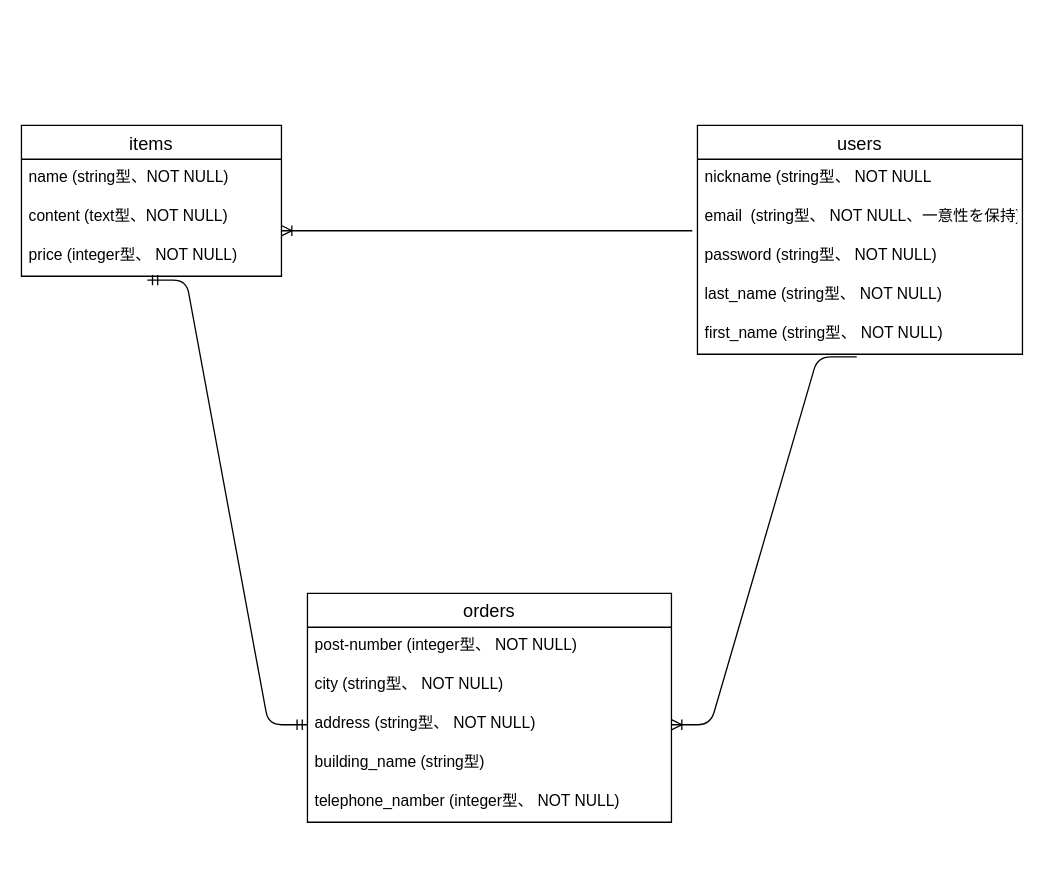
Before: furima.dio in yuto1108/furima-37946, a draw.io diagram. Source tidied: cells renumbered, new cells numbered last; positions are measured from the earlier drawing's top-left corner, leaving out a move shared by most shapes. Both pictures are drawn from the tidied source at 130%, with x=0, y=0 at pixel (21, 125).
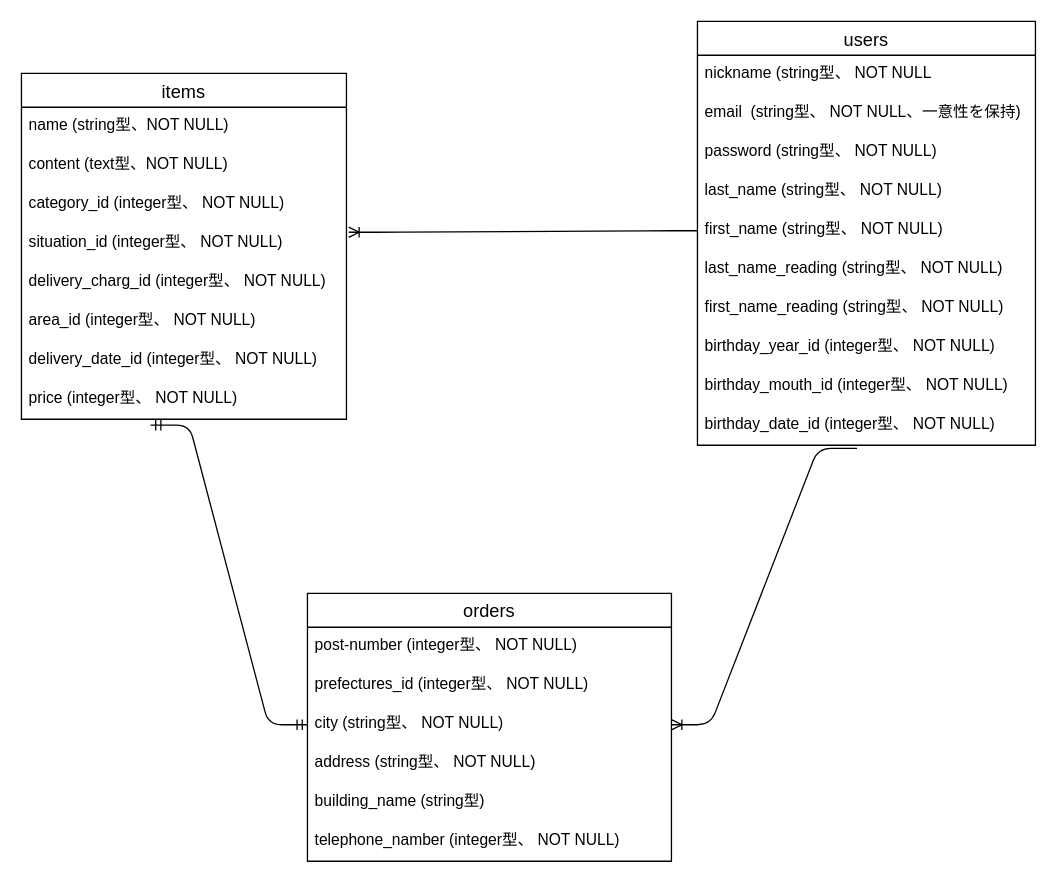
The same diagram, later.

Commit message (it also covers changes not shown here):
データーベース設計、直し１回目

Diff of the diagram source:
```diff
@@
     <mxCell id="2" value="items" style="swimlane;fontStyle=0;horizontal=1;startSize=26;align=center;fontSize=14;" parent="1" vertex="1">
-      <mxGeometry width="200" height="116" as="geometry" />
+      <mxGeometry y="-40" width="250" height="266" as="geometry" />
     </mxCell>
     <mxCell id="3" value="name (string型、NOT NULL)" style="text;strokeColor=none;fillColor=none;spacingLeft=4;spacingRight=4;overflow=hidden;fontSize=12;" parent="2" vertex="1">
-      <mxGeometry y="26" width="200" height="30" as="geometry" />
+      <mxGeometry y="26" width="250" height="30" as="geometry" />
     </mxCell>
     <mxCell id="4" value="content (text型、NOT NULL)" style="text;strokeColor=none;fillColor=none;spacingLeft=4;spacingRight=4;overflow=hidden;points=[[0,0.5],[1,0.5]];portConstraint=eastwest;fontSize=12;" parent="2" vertex="1">
-      <mxGeometry y="56" width="200" height="30" as="geometry" />
+      <mxGeometry y="56" width="250" height="30" as="geometry" />
     </mxCell>
+    <mxCell id="21" value="category_id (integer型、 NOT NULL)" style="text;strokeColor=none;fillColor=none;spacingLeft=4;spacingRight=4;overflow=hidden;fontSize=12;" parent="2" vertex="1">
+      <mxGeometry y="86" width="250" height="30" as="geometry" />
+    </mxCell>
+    <mxCell id="22" value="situation_id (integer型、 NOT NULL)" style="text;strokeColor=none;fillColor=none;spacingLeft=4;spacingRight=4;overflow=hidden;points=[[0,0.5],[1,0.5]];portConstraint=eastwest;fontSize=12;" parent="2" vertex="1">
+      <mxGeometry y="116" width="250" height="30" as="geometry" />
+    </mxCell>
+    <mxCell id="23" value="delivery_charg_id (integer型、 NOT NULL)" style="text;strokeColor=none;fillColor=none;spacingLeft=4;spacingRight=4;overflow=hidden;fontSize=12;" parent="2" vertex="1">
+      <mxGeometry y="146" width="250" height="30" as="geometry" />
+    </mxCell>
+    <mxCell id="24" value="area_id (integer型、 NOT NULL)" style="text;strokeColor=none;fillColor=none;spacingLeft=4;spacingRight=4;overflow=hidden;fontSize=12;" parent="2" vertex="1">
+      <mxGeometry y="176" width="250" height="30" as="geometry" />
+    </mxCell>
+    <mxCell id="25" value="delivery_date_id (integer型、 NOT NULL)" style="text;strokeColor=none;fillColor=none;spacingLeft=4;spacingRight=4;overflow=hidden;fontSize=12;" parent="2" vertex="1">
+      <mxGeometry y="206" width="250" height="30" as="geometry" />
+    </mxCell>
     <mxCell id="5" value="price (integer型、 NOT NULL)" style="text;strokeColor=none;fillColor=none;spacingLeft=4;spacingRight=4;overflow=hidden;points=[[0,0.5],[1,0.5]];portConstraint=eastwest;fontSize=12;" parent="2" vertex="1">
-      <mxGeometry y="86" width="200" height="30" as="geometry" />
+      <mxGeometry y="236" width="250" height="30" as="geometry" />
     </mxCell>
     <mxCell id="6" value="users" style="swimlane;fontStyle=0;horizontal=1;startSize=26;align=center;fontSize=14;" parent="1" vertex="1">
-      <mxGeometry x="520" width="250" height="176" as="geometry" />
+      <mxGeometry x="520" y="-80" width="260" height="326" as="geometry" />
     </mxCell>
     <mxCell id="7" value="nickname (string型、 NOT NULL" style="text;strokeColor=none;fillColor=none;spacingLeft=4;spacingRight=4;overflow=hidden;fontSize=12;" parent="6" vertex="1">
-      <mxGeometry y="26" width="250" height="30" as="geometry" />
+      <mxGeometry y="26" width="260" height="30" as="geometry" />
     </mxCell>
     <mxCell id="8" value="email  (string型、 NOT NULL、一意性を保持)" style="text;strokeColor=none;fillColor=none;spacingLeft=4;spacingRight=4;overflow=hidden;points=[[0,0.5],[1,0.5]];portConstraint=eastwest;fontSize=12;" parent="6" vertex="1">
-      <mxGeometry y="56" width="250" height="30" as="geometry" />
+      <mxGeometry y="56" width="260" height="30" as="geometry" />
     </mxCell>
     <mxCell id="9" value="password (string型、 NOT NULL)" style="text;strokeColor=none;fillColor=none;spacingLeft=4;spacingRight=4;overflow=hidden;fontSize=12;" parent="6" vertex="1">
-      <mxGeometry y="86" width="250" height="30" as="geometry" />
+      <mxGeometry y="86" width="260" height="30" as="geometry" />
     </mxCell>
     <mxCell id="10" value="last_name (string型、 NOT NULL)" style="text;strokeColor=none;fillColor=none;spacingLeft=4;spacingRight=4;overflow=hidden;fontSize=12;" parent="6" vertex="1">
-      <mxGeometry y="116" width="250" height="30" as="geometry" />
+      <mxGeometry y="116" width="260" height="30" as="geometry" />
     </mxCell>
     <mxCell id="11" value="first_name (string型、 NOT NULL)" style="text;strokeColor=none;fillColor=none;spacingLeft=4;spacingRight=4;overflow=hidden;points=[[0,0.5],[1,0.5]];portConstraint=eastwest;fontSize=12;" parent="6" vertex="1">
-      <mxGeometry y="146" width="250" height="30" as="geometry" />
+      <mxGeometry y="146" width="260" height="30" as="geometry" />
     </mxCell>
+    <mxCell id="26" value="last_name_reading (string型、 NOT NULL)" style="text;strokeColor=none;fillColor=none;spacingLeft=4;spacingRight=4;overflow=hidden;fontSize=12;" parent="6" vertex="1">
+      <mxGeometry y="176" width="260" height="30" as="geometry" />
+    </mxCell>
+    <mxCell id="27" value="first_name_reading (string型、 NOT NULL)" style="text;strokeColor=none;fillColor=none;spacingLeft=4;spacingRight=4;overflow=hidden;fontSize=12;" parent="6" vertex="1">
+      <mxGeometry y="206" width="260" height="30" as="geometry" />
+    </mxCell>
+    <mxCell id="28" value="birthday_year_id (integer型、 NOT NULL)" style="text;strokeColor=none;fillColor=none;spacingLeft=4;spacingRight=4;overflow=hidden;fontSize=12;" parent="6" vertex="1">
+      <mxGeometry y="236" width="260" height="30" as="geometry" />
+    </mxCell>
+    <mxCell id="29" value="birthday_mouth_id (integer型、 NOT NULL)" style="text;strokeColor=none;fillColor=none;spacingLeft=4;spacingRight=4;overflow=hidden;fontSize=12;" parent="6" vertex="1">
+      <mxGeometry y="266" width="260" height="30" as="geometry" />
+    </mxCell>
+    <mxCell id="30" value="birthday_date_id (integer型、 NOT NULL)" style="text;strokeColor=none;fillColor=none;spacingLeft=4;spacingRight=4;overflow=hidden;points=[[0,0.5],[1,0.5]];portConstraint=eastwest;fontSize=12;" parent="6" vertex="1">
+      <mxGeometry y="296" width="260" height="30" as="geometry" />
+    </mxCell>
     <mxCell id="12" value="orders" style="swimlane;fontStyle=0;horizontal=1;startSize=26;align=center;fontSize=14;" parent="1" vertex="1">
-      <mxGeometry x="220" y="360" width="280" height="176" as="geometry" />
+      <mxGeometry x="220" y="360" width="280" height="206" as="geometry" />
     </mxCell>
@@
-    <mxCell id="14" value="city (string型、 NOT NULL)" style="text;strokeColor=none;fillColor=none;spacingLeft=4;spacingRight=4;overflow=hidden;fontSize=12;" parent="12" vertex="1">
+    <mxCell id="14" value="prefectures_id (integer型、 NOT NULL)" style="text;strokeColor=none;fillColor=none;spacingLeft=4;spacingRight=4;overflow=hidden;fontSize=12;" parent="12" vertex="1">
       <mxGeometry y="56" width="280" height="30" as="geometry" />
     </mxCell>
-    <mxCell id="15" value="address (string型、 NOT NULL)" style="text;strokeColor=none;fillColor=none;spacingLeft=4;spacingRight=4;overflow=hidden;points=[[0,0.5],[1,0.5]];portConstraint=eastwest;fontSize=12;" parent="12" vertex="1">
+    <mxCell id="15" value="city (string型、 NOT NULL)" style="text;strokeColor=none;fillColor=none;spacingLeft=4;spacingRight=4;overflow=hidden;points=[[0,0.5],[1,0.5]];portConstraint=eastwest;fontSize=12;" parent="12" vertex="1">
       <mxGeometry y="86" width="280" height="30" as="geometry" />
     </mxCell>
-    <mxCell id="16" value="building_name (string型)" style="text;strokeColor=none;fillColor=none;spacingLeft=4;spacingRight=4;overflow=hidden;fontSize=12;" parent="12" vertex="1">
+    <mxCell id="16" value="address (string型、 NOT NULL)" style="text;strokeColor=none;fillColor=none;spacingLeft=4;spacingRight=4;overflow=hidden;fontSize=12;" parent="12" vertex="1">
       <mxGeometry y="116" width="280" height="30" as="geometry" />
     </mxCell>
-    <mxCell id="17" value="telephone_namber (integer型、 NOT NULL)" style="text;strokeColor=none;fillColor=none;spacingLeft=4;spacingRight=4;overflow=hidden;fontSize=12;" parent="12" vertex="1">
+    <mxCell id="17" value="building_name (string型)" style="text;strokeColor=none;fillColor=none;spacingLeft=4;spacingRight=4;overflow=hidden;fontSize=12;" parent="12" vertex="1">
       <mxGeometry y="146" width="280" height="30" as="geometry" />
     </mxCell>
+    <mxCell id="31" value="telephone_namber (integer型、 NOT NULL)" style="text;strokeColor=none;fillColor=none;spacingLeft=4;spacingRight=4;overflow=hidden;fontSize=12;" parent="12" vertex="1">
+      <mxGeometry y="176" width="280" height="30" as="geometry" />
+    </mxCell>
-    <mxCell id="18" style="edgeStyle=entityRelationEdgeStyle;fontSize=12;html=1;endArrow=ERoneToMany;elbow=vertical;exitX=-0.016;exitY=0.833;exitDx=0;exitDy=0;exitPerimeter=0;entryX=1;entryY=0.833;entryDx=0;entryDy=0;entryPerimeter=0;" parent="1" edge="1" source="8" target="4">
+    <mxCell id="18" style="edgeStyle=entityRelationEdgeStyle;fontSize=12;html=1;endArrow=ERoneToMany;elbow=vertical;exitX=0;exitY=0.5;exitDx=0;exitDy=0;entryX=1.007;entryY=0.205;entryDx=0;entryDy=0;entryPerimeter=0;" parent="1" edge="1" source="11" target="22">
       <mxGeometry relative="1" as="geometry" />
     </mxCell>
-    <mxCell id="19" style="fontSize=12;html=1;endArrow=ERoneToMany;elbow=vertical;entryX=1;entryY=0.5;entryDx=0;entryDy=0;exitX=0.49;exitY=1.067;exitDx=0;exitDy=0;exitPerimeter=0;edgeStyle=entityRelationEdgeStyle;" parent="1" edge="1" source="11" target="15">
+    <mxCell id="19" style="fontSize=12;html=1;endArrow=ERoneToMany;elbow=vertical;entryX=1;entryY=0.5;entryDx=0;entryDy=0;edgeStyle=entityRelationEdgeStyle;exitX=0.472;exitY=1.082;exitDx=0;exitDy=0;exitPerimeter=0;" parent="1" edge="1" source="30" target="15">
       <mxGeometry relative="1" as="geometry" />
     </mxCell>
-    <mxCell id="20" style="edgeStyle=entityRelationEdgeStyle;fontSize=12;html=1;endArrow=ERmandOne;startArrow=ERmandOne;elbow=vertical;exitX=0;exitY=0.5;exitDx=0;exitDy=0;entryX=0.484;entryY=1.1;entryDx=0;entryDy=0;entryPerimeter=0;" parent="1" edge="1" source="15" target="5">
+    <mxCell id="20" style="edgeStyle=entityRelationEdgeStyle;fontSize=12;html=1;endArrow=ERmandOne;startArrow=ERmandOne;elbow=vertical;exitX=0;exitY=0.5;exitDx=0;exitDy=0;entryX=0.397;entryY=1.153;entryDx=0;entryDy=0;entryPerimeter=0;" parent="1" edge="1" source="15" target="5">
       <mxGeometry relative="1" as="geometry" />
     </mxCell>
```
